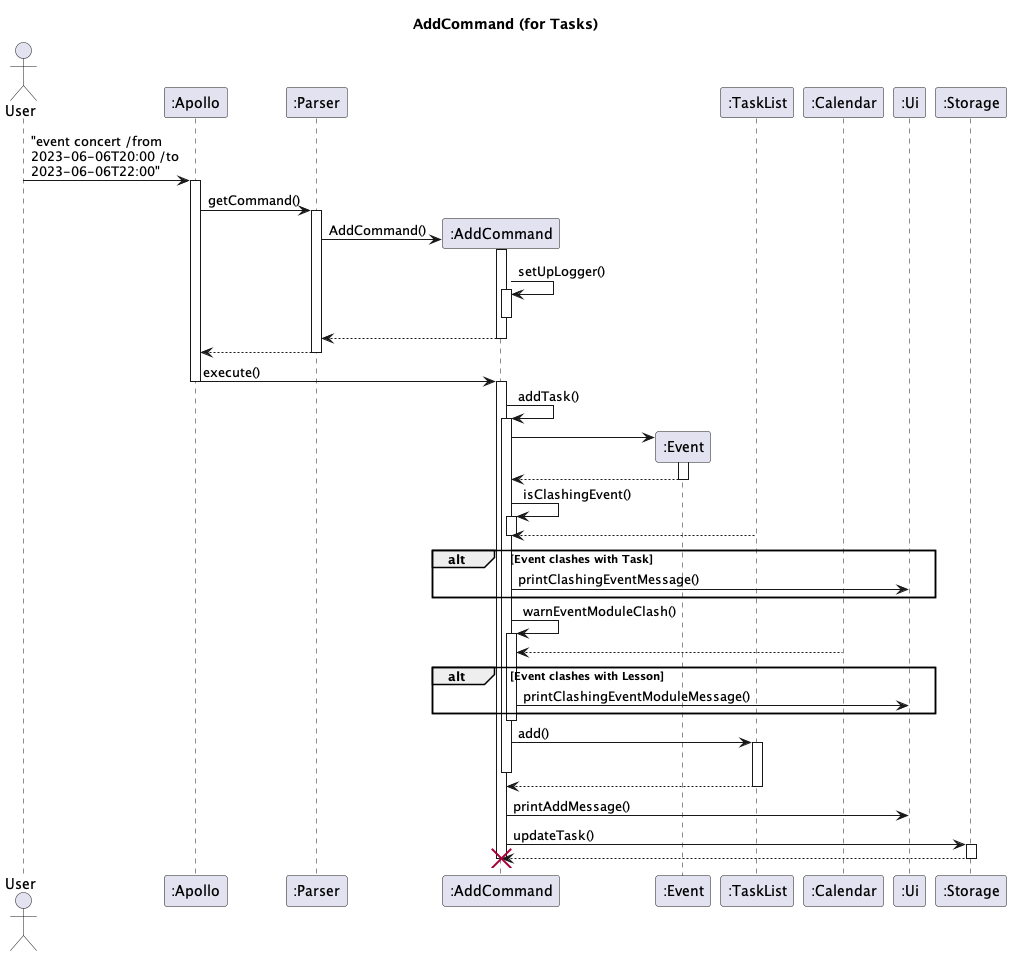
This is docs/uml-diagrams/AddCommand-AddCommand__for_Tasks_.png from nus-cs2113-AY2223S2/tp, a PlantUML export, as it was before one commit.
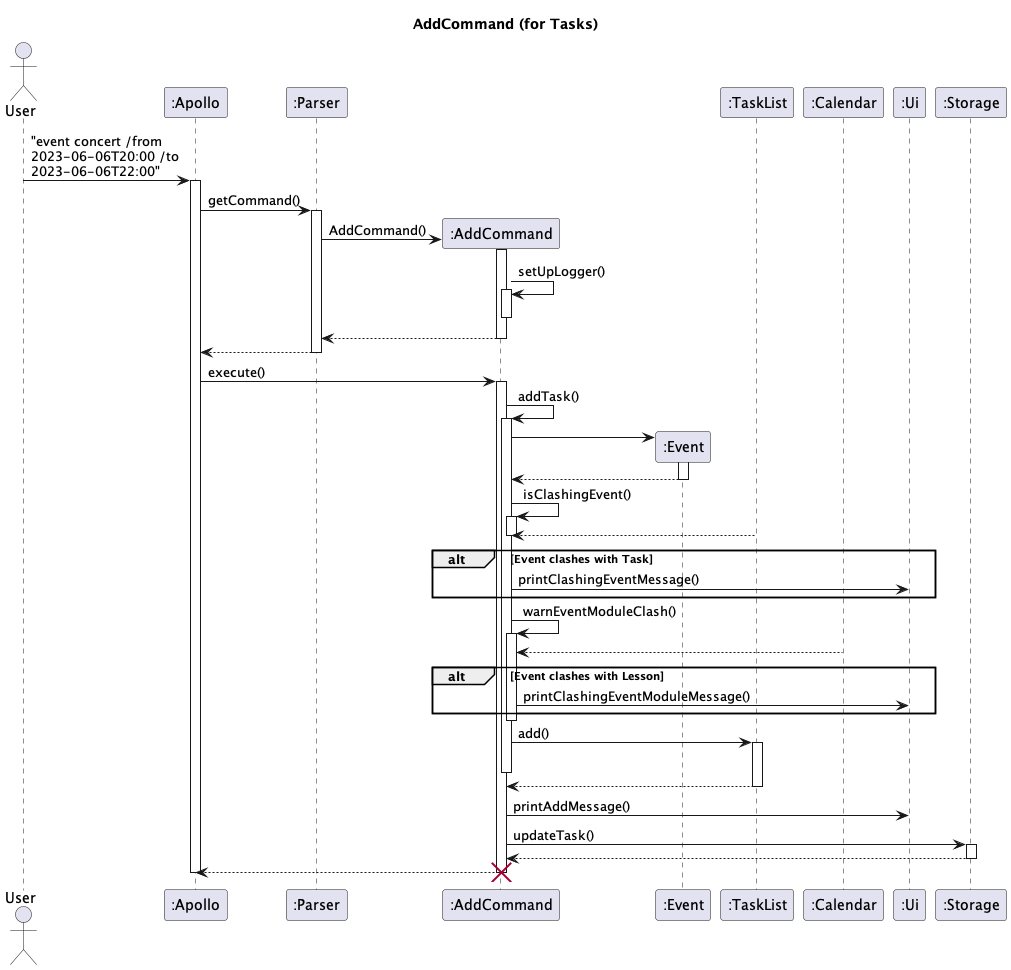
The same diagram one commit later.

Commit message:
Fix Week and AddCommand diagrams (return execute)

Change to the diagram source:
```diff
@@ -26,7 +26,6 @@
 return
 
 Apollo -> add : execute()
-Apollo --
 activate add
 add -> add++ : addTask()
 add -> Event**
@@ -51,6 +50,7 @@
 add -> Ui : printAddMessage()
 add -> Storage ++ : updateTask()
 return
-
+return
 destroy add
+Apollo--
 @enduml
```
